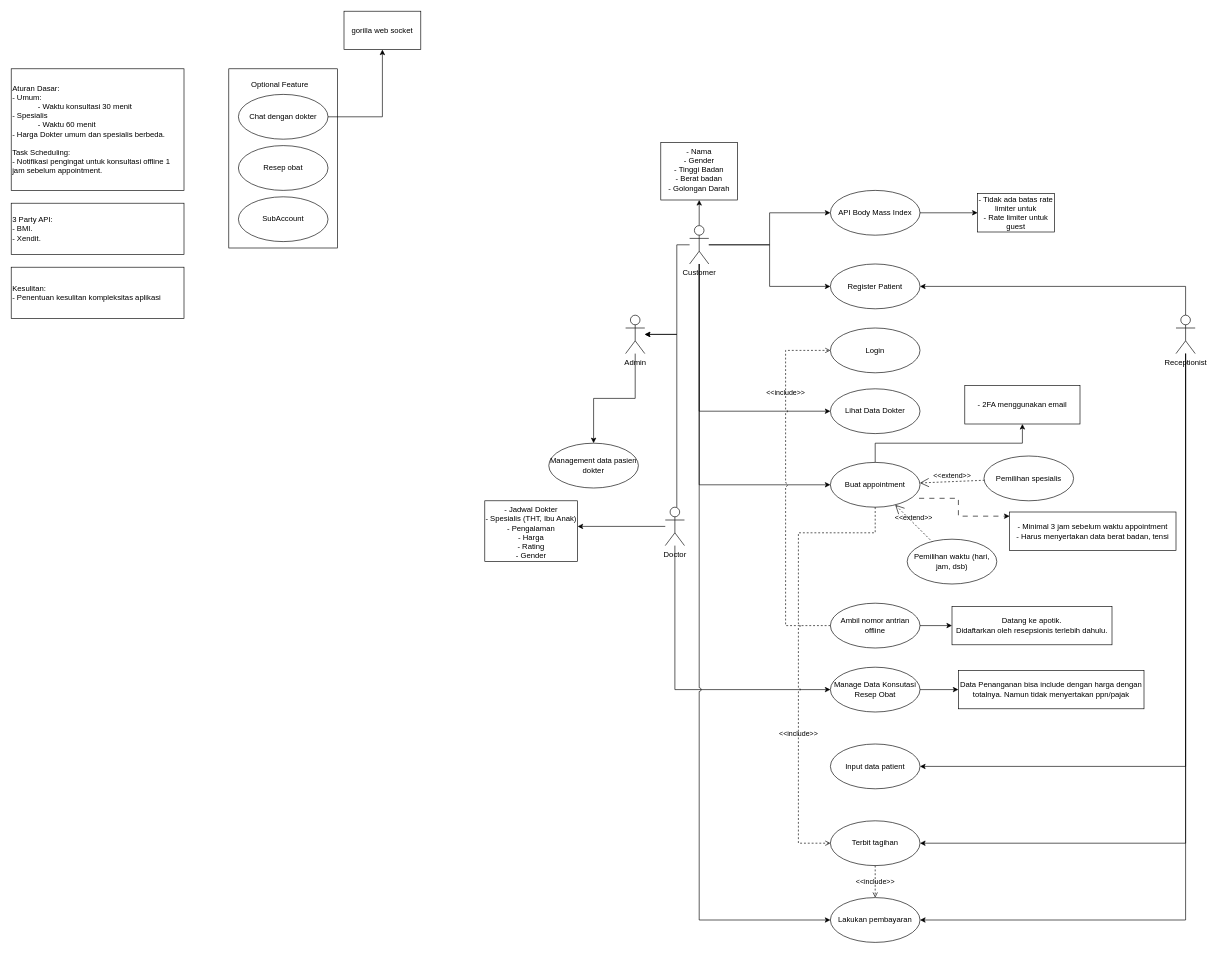
Before: diagrams/drawio/Use Case.drawio in embapge/ehSehat, a draw.io diagram. Source tidied: cells renumbered, new cells numbered last; positions are measured from the earlier drawing's top-left corner, leaving out a move shared by most shapes. Both pictures are drawn from the tidied source at 64%, with x=0, y=0 at pixel (11, 11).
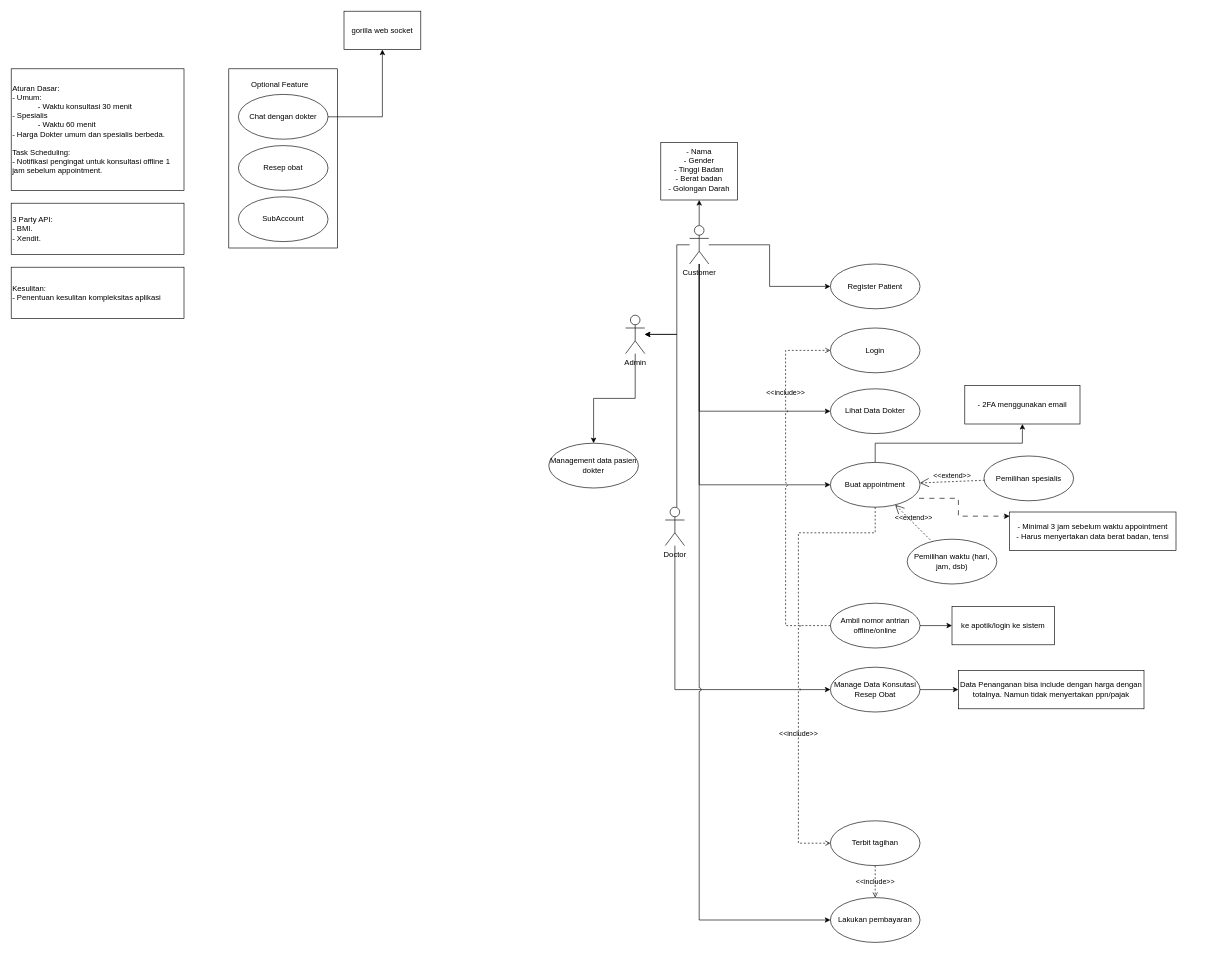
After the change.

The change refers to these unchanged cells:
```xml
<mxCell id="4" value="Doctor" style="shape=umlActor;verticalLabelPosition=bottom;verticalAlign=top;html=1;outlineConnect=0;" parent="1" vertex="1">
  <mxGeometry x="1022" y="775" width="30" height="60" as="geometry" />
</mxCell>
<mxCell id="14" value="Customer" style="shape=umlActor;verticalLabelPosition=bottom;verticalAlign=top;html=1;outlineConnect=0;" parent="1" vertex="1">
  <mxGeometry x="1060" y="335" width="30" height="60" as="geometry" />
</mxCell>
<mxCell id="15" value="Register Patient" style="ellipse;whiteSpace=wrap;html=1;" parent="1" vertex="1">
  <mxGeometry x="1280" y="395" width="140" height="70" as="geometry" />
</mxCell>
<mxCell id="22" value="Lakukan pembayaran" style="ellipse;whiteSpace=wrap;html=1;" parent="1" vertex="1">
  <mxGeometry x="1280" y="1385" width="140" height="70" as="geometry" />
</mxCell>
<mxCell id="56" value="Terbit tagihan" style="ellipse;whiteSpace=wrap;html=1;" parent="1" vertex="1">
  <mxGeometry x="1280" y="1265" width="140" height="70" as="geometry" />
</mxCell>
```

The edit, as a diff of the source:
```diff
@@
-    <mxCell id="2" style="edgeStyle=orthogonalEdgeStyle;rounded=0;jettySize=auto;html=1;" parent="1" edge="1" source="4" target="21">
-      <mxGeometry relative="1" as="geometry">
-        <Array as="points">
-          <mxPoint x="812" y="825" />
-        </Array>
-      </mxGeometry>
-    </mxCell>
@@
-    <mxCell id="10" style="edgeStyle=orthogonalEdgeStyle;rounded=0;jettySize=auto;html=1;" parent="1" edge="1" source="14" target="30">
-      <mxGeometry relative="1" as="geometry" />
-    </mxCell>
@@
-    <mxCell id="21" value="- Jadwal Dokter&lt;div&gt;- Spesialis (THT, Ibu Anak)&lt;/div&gt;&lt;div&gt;- Pengalaman&lt;/div&gt;&lt;div&gt;- Harga&lt;/div&gt;&lt;div&gt;- Rating&lt;/div&gt;&lt;div&gt;- Gender&lt;/div&gt;&lt;div&gt;&lt;br&gt;&lt;/div&gt;" style="whiteSpace=wrap;html=1;verticalAlign=top;" parent="1" vertex="1">
-      <mxGeometry x="740" y="765" width="145" height="95" as="geometry" />
-    </mxCell>
@@
-    <mxCell id="29" style="edgeStyle=orthogonalEdgeStyle;rounded=0;jettySize=auto;html=1;" parent="1" edge="1" source="30" target="35">
-      <mxGeometry relative="1" as="geometry" />
-    </mxCell>
-    <mxCell id="30" value="API Body Mass Index" style="ellipse;whiteSpace=wrap;html=1;" parent="1" vertex="1">
-      <mxGeometry x="1280" y="280" width="140" height="70" as="geometry" />
-    </mxCell>
@@
-    <mxCell id="32" value="Ambil nomor antrian offline" style="ellipse;whiteSpace=wrap;html=1;" parent="1" vertex="1">
+    <mxCell id="32" value="Ambil nomor antrian offline/online" style="ellipse;whiteSpace=wrap;html=1;" parent="1" vertex="1">
       <mxGeometry x="1280" y="925" width="140" height="70" as="geometry" />
     </mxCell>
@@
-    <mxCell id="35" value="&lt;div&gt;- Tidak ada batas rate limiter untuk&lt;/div&gt;- Rate limiter untuk guest" style="whiteSpace=wrap;html=1;" parent="1" vertex="1">
-      <mxGeometry x="1510" y="285" width="120" height="60" as="geometry" />
-    </mxCell>
@@
-    <mxCell id="46" value="Datang ke apotik.&lt;div&gt;Didaftarkan oleh resepsionis terlebih dahulu.&lt;/div&gt;" style="whiteSpace=wrap;html=1;" parent="1" vertex="1">
-      <mxGeometry x="1470" y="930" width="250" height="60" as="geometry" />
+    <mxCell id="46" value="ke apotik/login ke sistem" style="whiteSpace=wrap;html=1;" parent="1" vertex="1">
+      <mxGeometry x="1470" y="930" width="160" height="60" as="geometry" />
     </mxCell>
@@
-    <mxCell id="50" style="edgeStyle=orthogonalEdgeStyle;rounded=0;jettySize=auto;html=1;jumpStyle=arc;" parent="1" edge="1" source="54" target="55">
-      <mxGeometry relative="1" as="geometry">
-        <Array as="points">
-          <mxPoint x="1835" y="1180" />
-        </Array>
-      </mxGeometry>
-    </mxCell>
-    <mxCell id="51" style="edgeStyle=orthogonalEdgeStyle;rounded=0;jettySize=auto;html=1;jumpStyle=arc;" parent="1" edge="1" source="54" target="56">
-      <mxGeometry relative="1" as="geometry">
-        <Array as="points">
-          <mxPoint x="1835" y="1300" />
-        </Array>
-      </mxGeometry>
-    </mxCell>
-    <mxCell id="52" style="edgeStyle=orthogonalEdgeStyle;rounded=0;jettySize=auto;html=1;jumpStyle=arc;" parent="1" edge="1" source="54" target="22">
-      <mxGeometry relative="1" as="geometry">
-        <Array as="points">
-          <mxPoint x="1835" y="1420" />
-        </Array>
-      </mxGeometry>
-    </mxCell>
-    <mxCell id="53" style="edgeStyle=orthogonalEdgeStyle;rounded=0;jettySize=auto;html=1;" parent="1" edge="1" source="54" target="15">
-      <mxGeometry relative="1" as="geometry">
-        <Array as="points">
-          <mxPoint x="1835" y="430" />
-        </Array>
-      </mxGeometry>
-    </mxCell>
-    <mxCell id="54" value="Receptionist" style="shape=umlActor;verticalLabelPosition=bottom;verticalAlign=top;html=1;outlineConnect=0;" parent="1" vertex="1">
-      <mxGeometry x="1820" y="475" width="30" height="60" as="geometry" />
-    </mxCell>
-    <mxCell id="55" value="Input data patient" style="ellipse;whiteSpace=wrap;html=1;" parent="1" vertex="1">
-      <mxGeometry x="1280" y="1145" width="140" height="70" as="geometry" />
-    </mxCell>
```
